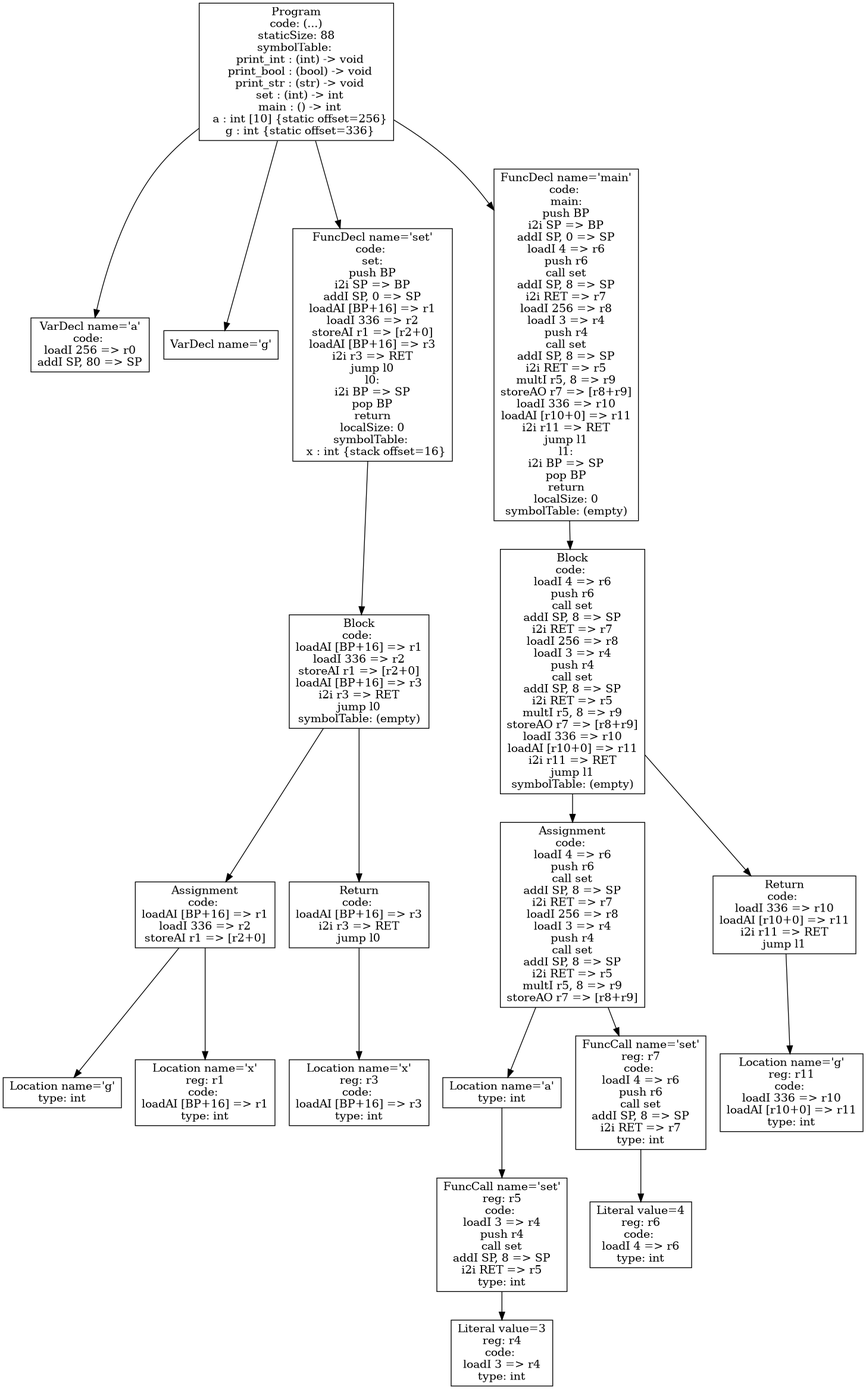
This is p4-codegen/iloc-tree.png from atrim11/CS432, a Graphviz export, as it was before one commit. Its source is kept beside it as p4-codegen/iloc-tree.dot.
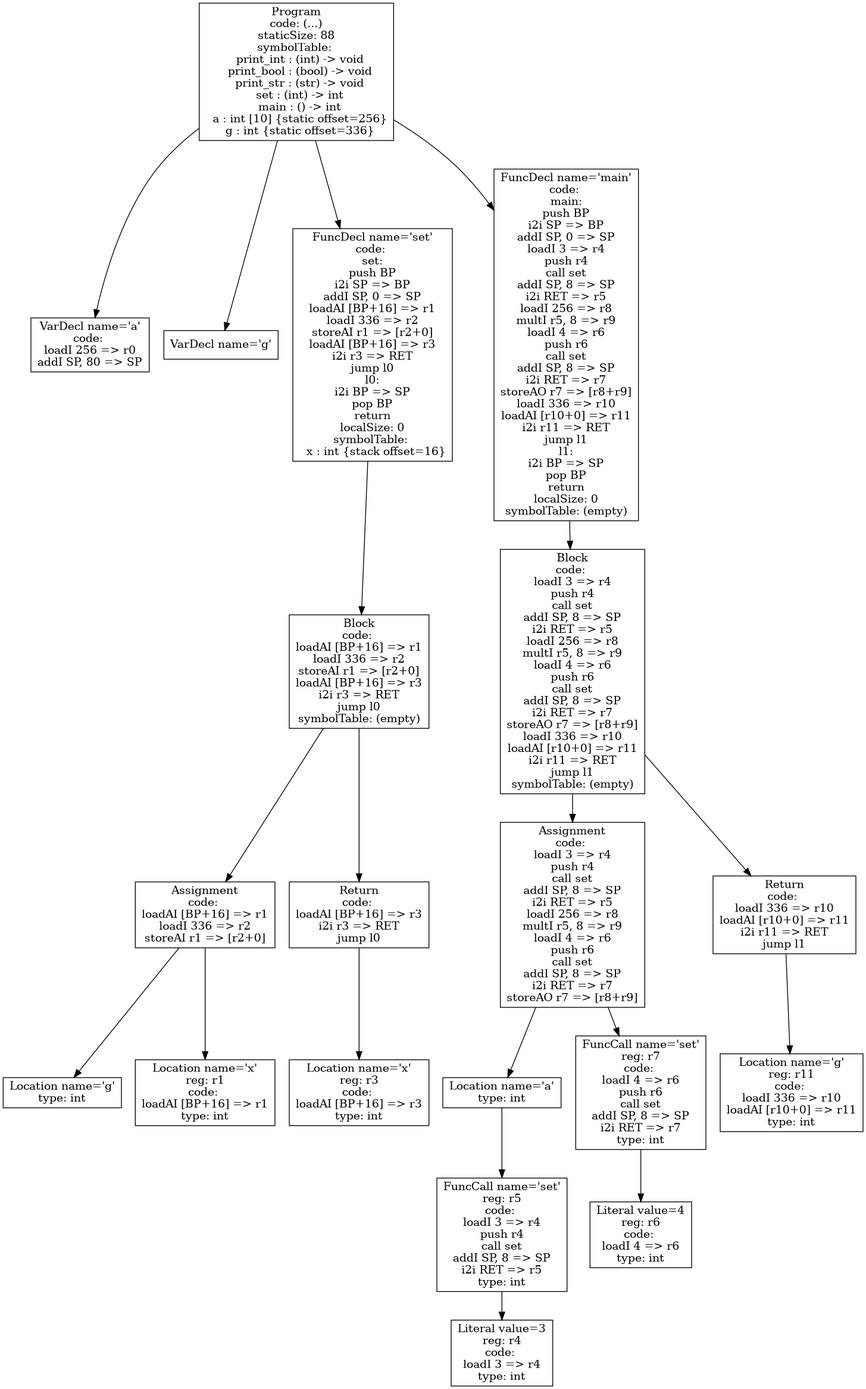
The same file after the commit.

What changed in the source:
```diff
@@ -22,16 +22,16 @@
 17 [shape=box, label="Literal value=4\nreg: r6\ncode: \nloadI 4 => r6\ntype: int"];
 16 [shape=box, label="FuncCall name='set'\nreg: r7\ncode: \nloadI 4 => r6\npush r6\ncall set\naddI SP, 8 => SP\ni2i RET => r7\ntype: int"];
 16 -> 17;
-12 [shape=box, label="Assignment\ncode: \nloadI 4 => r6\npush r6\ncall set\naddI SP, 8 => SP\ni2i RET => r7\nloadI 256 => r8\nloadI 3 => r4\npush r4\ncall set\naddI SP, 8 => SP\ni2i RET => r5\nmultI r5, 8 => r9\nstoreAO r7 => [r8+r9]"];
+12 [shape=box, label="Assignment\ncode: \nloadI 3 => r4\npush r4\ncall set\naddI SP, 8 => SP\ni2i RET => r5\nloadI 256 => r8\nmultI r5, 8 => r9\nloadI 4 => r6\npush r6\ncall set\naddI SP, 8 => SP\ni2i RET => r7\nstoreAO r7 => [r8+r9]"];
 12 -> 13;
 12 -> 16;
 19 [shape=box, label="Location name='g'\nreg: r11\ncode: \nloadI 336 => r10\nloadAI [r10+0] => r11\ntype: int"];
 18 [shape=box, label="Return\ncode: \nloadI 336 => r10\nloadAI [r10+0] => r11\ni2i r11 => RET\njump l1"];
 18 -> 19;
-11 [shape=box, label="Block\ncode: \nloadI 4 => r6\npush r6\ncall set\naddI SP, 8 => SP\ni2i RET => r7\nloadI 256 => r8\nloadI 3 => r4\npush r4\ncall set\naddI SP, 8 => SP\ni2i RET => r5\nmultI r5, 8 => r9\nstoreAO r7 => [r8+r9]\nloadI 336 => r10\nloadAI [r10+0] => r11\ni2i r11 => RET\njump l1\nsymbolTable: (empty)"];
+11 [shape=box, label="Block\ncode: \nloadI 3 => r4\npush r4\ncall set\naddI SP, 8 => SP\ni2i RET => r5\nloadI 256 => r8\nmultI r5, 8 => r9\nloadI 4 => r6\npush r6\ncall set\naddI SP, 8 => SP\ni2i RET => r7\nstoreAO r7 => [r8+r9]\nloadI 336 => r10\nloadAI [r10+0] => r11\ni2i r11 => RET\njump l1\nsymbolTable: (empty)"];
 11 -> 12;
 11 -> 18;
-10 [shape=box, label="FuncDecl name='main'\ncode: \nmain:\npush BP\ni2i SP => BP\naddI SP, 0 => SP\nloadI 4 => r6\npush r6\ncall set\naddI SP, 8 => SP\ni2i RET => r7\nloadI 256 => r8\nloadI 3 => r4\npush r4\ncall set\naddI SP, 8 => SP\ni2i RET => r5\nmultI r5, 8 => r9\nstoreAO r7 => [r8+r9]\nloadI 336 => r10\nloadAI [r10+0] => r11\ni2i r11 => RET\njump l1\nl1:\ni2i BP => SP\npop BP\nreturn\nlocalSize: 0\nsymbolTable: (empty)"];
+10 [shape=box, label="FuncDecl name='main'\ncode: \nmain:\npush BP\ni2i SP => BP\naddI SP, 0 => SP\nloadI 3 => r4\npush r4\ncall set\naddI SP, 8 => SP\ni2i RET => r5\nloadI 256 => r8\nmultI r5, 8 => r9\nloadI 4 => r6\npush r6\ncall set\naddI SP, 8 => SP\ni2i RET => r7\nstoreAO r7 => [r8+r9]\nloadI 336 => r10\nloadAI [r10+0] => r11\ni2i r11 => RET\njump l1\nl1:\ni2i BP => SP\npop BP\nreturn\nlocalSize: 0\nsymbolTable: (empty)"];
 10 -> 11;
 0 [shape=box, label="Program\ncode: (...)\nstaticSize: 88\nsymbolTable: \n  print_int : (int) -> void\n  print_bool : (bool) -> void\n  print_str : (str) -> void\n  set : (int) -> int\n  main : () -> int\n  a : int [10] {static offset=256}\n  g : int {static offset=336}"];
 0 -> 1;
```
